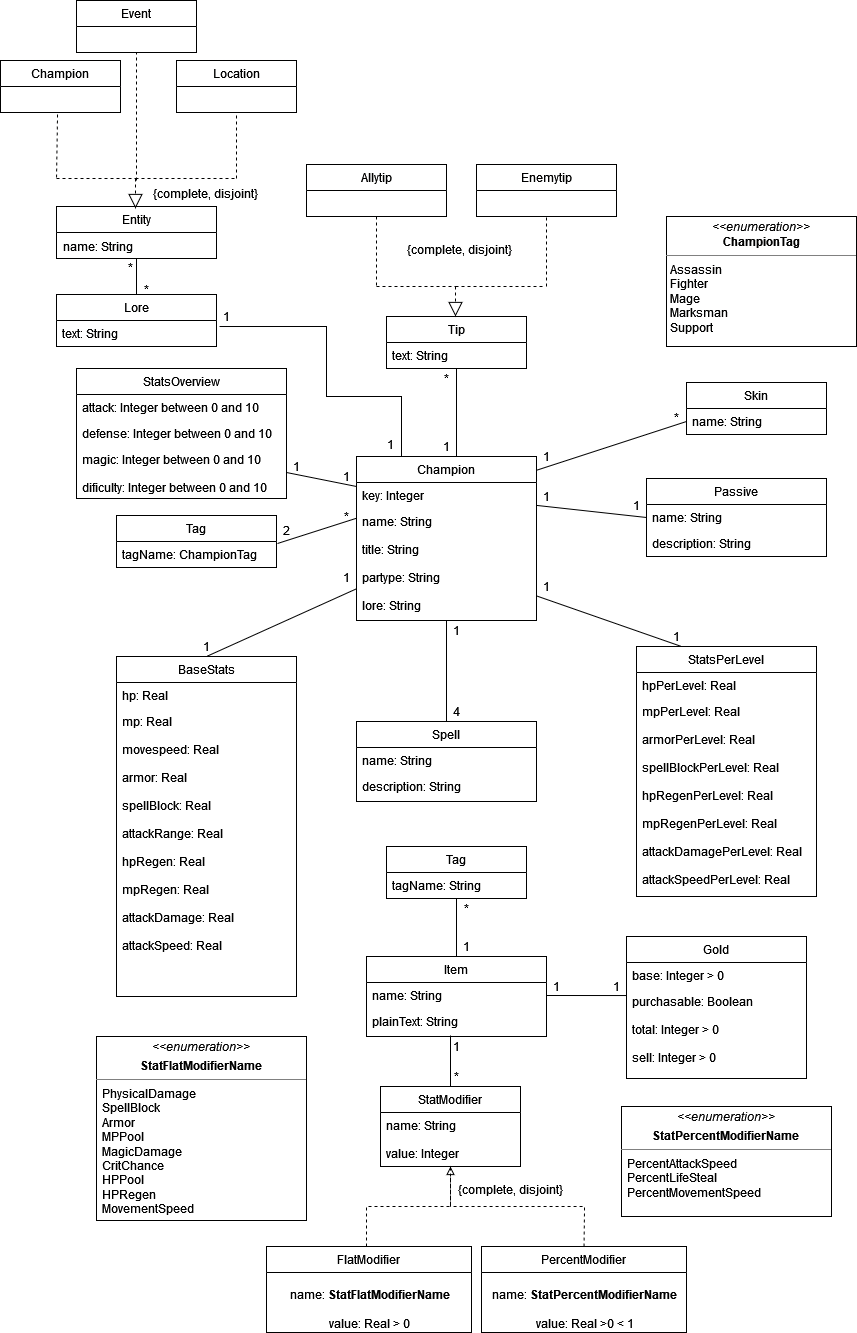
This is docs/UML.png from MiNeves00/PRI2021, a draw.io export, as it was before one commit. Source tidied: cells renumbered, new cells last; positions are measured from the earlier drawing's top-left corner, leaving out a move shared by most shapes.
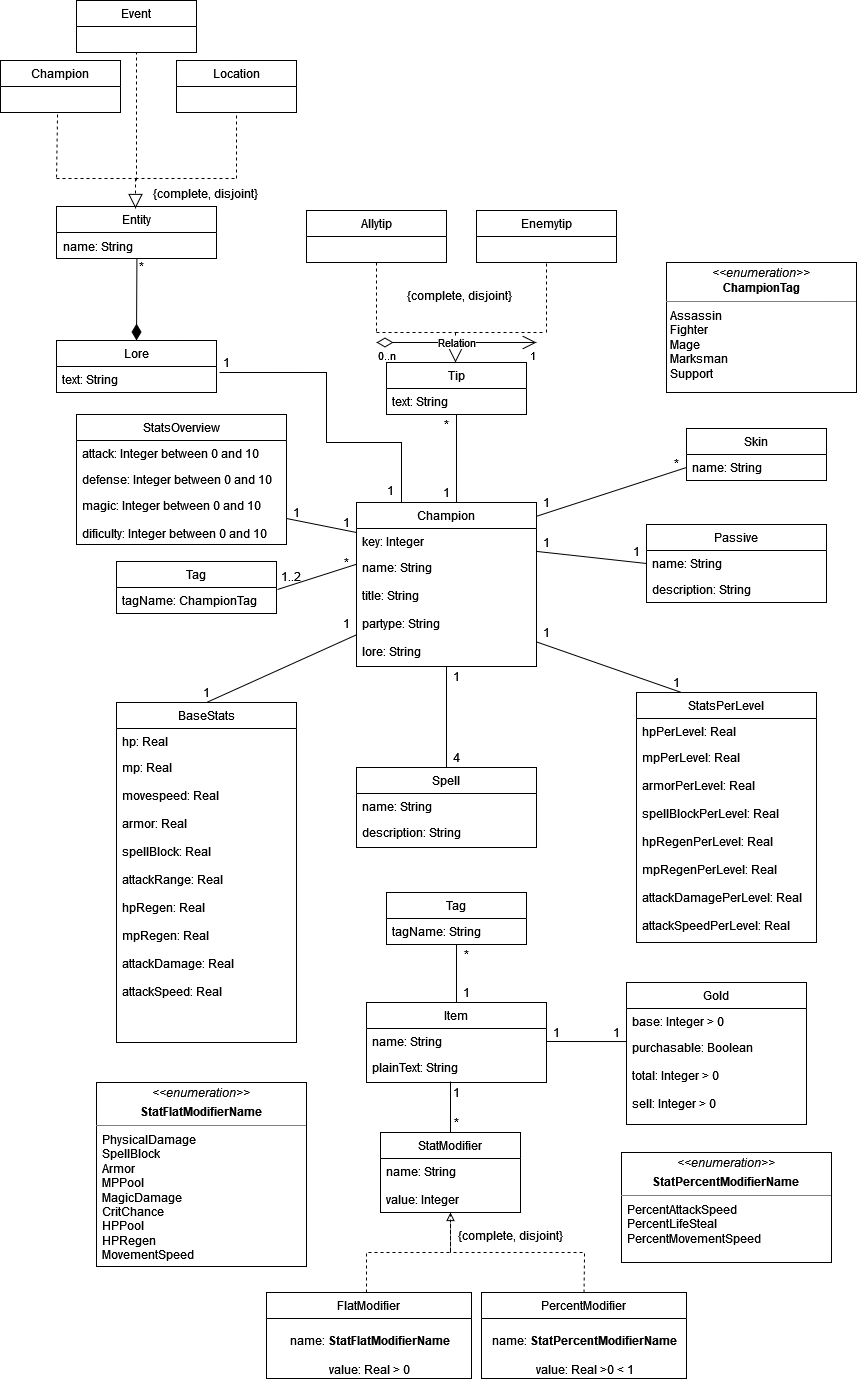
The same file after the commit.

Diff of the diagram source:
```diff
@@ -262,8 +262,8 @@
     <mxCell id="80" value="&lt;div style=&quot;text-align: center&quot;&gt;&lt;span&gt;&lt;font face=&quot;helvetica&quot;&gt;{complete, disjoint}&lt;/font&gt;&lt;/span&gt;&lt;/div&gt;" style="text;whiteSpace=wrap;html=1;" parent="1" vertex="1">
       <mxGeometry x="405" y="236" width="110" height="30" as="geometry" />
     </mxCell>
-    <mxCell id="81" value="2" style="text;html=1;strokeColor=none;fillColor=none;align=center;verticalAlign=middle;whiteSpace=wrap;rounded=0;" parent="1" vertex="1">
-      <mxGeometry x="256" y="515" width="60" height="30" as="geometry" />
+    <mxCell id="81" value="1..2" style="text;html=1;strokeColor=none;fillColor=none;align=center;verticalAlign=middle;whiteSpace=wrap;rounded=0;" parent="1" vertex="1">
+      <mxGeometry x="261" y="515" width="60" height="30" as="geometry" />
     </mxCell>
     <mxCell id="82" value="&lt;p style=&quot;margin: 0px ; margin-top: 4px ; text-align: center&quot;&gt;&lt;i&gt;&amp;lt;&amp;lt;enumeration&amp;gt;&amp;gt;&lt;/i&gt;&lt;/p&gt;&lt;p style=&quot;margin: 0px ; margin-top: 4px ; text-align: center&quot;&gt;&lt;b&gt;StatFlatModifierName&lt;/b&gt;&lt;br&gt;&lt;/p&gt;&lt;hr size=&quot;1&quot;&gt;&lt;div&gt;&amp;nbsp; PhysicalDamage&lt;/div&gt;&lt;div&gt;&amp;nbsp; SpellBlock&lt;/div&gt;&lt;div&gt;&amp;nbsp; Armor&lt;/div&gt;&lt;div&gt;&amp;nbsp; MPPool&lt;/div&gt;&lt;div&gt;&amp;nbsp; MagicDamage&lt;/div&gt;&lt;div&gt;&amp;nbsp; CritChance&lt;/div&gt;&lt;div&gt;&amp;nbsp; HPPool&lt;/div&gt;&lt;div&gt;&amp;nbsp; HPRegen&lt;/div&gt;&lt;div&gt;&amp;nbsp; MovementSpeed&lt;br&gt;&lt;/div&gt;&lt;p style=&quot;margin: 0px ; margin-left: 4px&quot;&gt;&lt;br&gt;&lt;/p&gt;&lt;p style=&quot;margin: 0px ; margin-left: 4px&quot;&gt;&lt;br&gt;&lt;/p&gt;&lt;p style=&quot;margin: 0px ; margin-left: 4px&quot;&gt;&lt;br&gt;&lt;/p&gt;&lt;p style=&quot;margin: 0px ; margin-left: 4px&quot;&gt;&lt;br&gt;&lt;/p&gt;&lt;p style=&quot;margin: 0px ; margin-left: 4px&quot;&gt;&lt;br&gt;&lt;/p&gt;&lt;hr size=&quot;1&quot;&gt;&lt;p style=&quot;margin: 0px ; margin-left: 4px&quot;&gt;&lt;br&gt;&lt;/p&gt;" style="verticalAlign=top;align=left;overflow=fill;fontSize=12;fontFamily=Helvetica;html=1;" parent="1" vertex="1">
       <mxGeometry x="96" y="1036" width="210" height="184" as="geometry" />
@@ -326,65 +326,74 @@
     </mxCell>
     <mxCell id="96" style="endArrow=block;dashed=1;endFill=0;endSize=12;html=1;rounded=0;" parent="1" edge="1">
       <mxGeometry relative="1" as="geometry">
-        <mxPoint x="135" y="178" as="sourcePoint" />
-        <mxPoint x="135" y="208" as="targetPoint" />
+        <mxPoint x="135" y="132" as="sourcePoint" />
+        <mxPoint x="135" y="162" as="targetPoint" />
       </mxGeometry>
     </mxCell>
     <mxCell id="97" style="endArrow=none;dashed=1;html=1;rounded=0;exitX=0.475;exitY=1.077;exitDx=0;exitDy=0;exitPerimeter=0;" parent="1" edge="1">
       <mxGeometry relative="1" as="geometry">
-        <mxPoint x="57" y="114" as="sourcePoint" />
-        <mxPoint x="56" y="178" as="targetPoint" />
+        <mxPoint x="57" y="68" as="sourcePoint" />
+        <mxPoint x="56" y="132" as="targetPoint" />
       </mxGeometry>
     </mxCell>
     <mxCell id="98" style="endArrow=none;dashed=1;html=1;rounded=0;" parent="1" edge="1">
       <mxGeometry relative="1" as="geometry">
-        <mxPoint x="56" y="178" as="sourcePoint" />
-        <mxPoint x="136" y="178" as="targetPoint" />
+        <mxPoint x="56" y="132" as="sourcePoint" />
+        <mxPoint x="136" y="132" as="targetPoint" />
       </mxGeometry>
     </mxCell>
     <mxCell id="99" style="endArrow=none;dashed=1;html=1;rounded=0;entryX=0.5;entryY=1.038;entryDx=0;entryDy=0;entryPerimeter=0;" parent="1" edge="1">
       <mxGeometry relative="1" as="geometry">
-        <mxPoint x="236" y="178" as="sourcePoint" />
-        <mxPoint x="236" y="113" as="targetPoint" />
+        <mxPoint x="236" y="132" as="sourcePoint" />
+        <mxPoint x="236" y="67" as="targetPoint" />
       </mxGeometry>
     </mxCell>
     <mxCell id="100" style="endArrow=none;dashed=1;html=1;rounded=0;" parent="1" edge="1">
       <mxGeometry relative="1" as="geometry">
-        <mxPoint x="135" y="178" as="sourcePoint" />
-        <mxPoint x="236" y="178" as="targetPoint" />
+        <mxPoint x="135" y="132" as="sourcePoint" />
+        <mxPoint x="236" y="132" as="targetPoint" />
       </mxGeometry>
     </mxCell>
     <mxCell id="101" value="&lt;div style=&quot;text-align: center&quot;&gt;&lt;span&gt;&lt;font face=&quot;helvetica&quot;&gt;{complete, disjoint}&lt;/font&gt;&lt;/span&gt;&lt;/div&gt;" style="text;whiteSpace=wrap;html=1;" parent="1" vertex="1">
-      <mxGeometry x="151" y="180" width="110" height="30" as="geometry" />
+      <mxGeometry x="151" y="134" width="110" height="30" as="geometry" />
     </mxCell>
     <mxCell id="102" value="Location" style="swimlane;fontStyle=0;horizontal=1;startSize=26;fillColor=none;" parent="1" vertex="1">
-      <mxGeometry x="176" y="60" width="120" height="52" as="geometry" />
+      <mxGeometry x="176" y="14" width="120" height="52" as="geometry" />
     </mxCell>
     <mxCell id="103" value="Champion" style="swimlane;fontStyle=0;horizontal=1;startSize=26;fillColor=none;" parent="1" vertex="1">
-      <mxGeometry y="60" width="120" height="52" as="geometry" />
+      <mxGeometry y="14" width="120" height="52" as="geometry" />
     </mxCell>
     <mxCell id="104" value="Event" style="swimlane;fontStyle=0;horizontal=1;startSize=26;fillColor=none;" parent="1" vertex="1">
-      <mxGeometry x="76" width="120" height="52" as="geometry" />
+      <mxGeometry x="76" y="-46" width="120" height="52" as="geometry" />
     </mxCell>
     <mxCell id="105" style="endArrow=none;dashed=1;html=1;rounded=0;entryX=0.5;entryY=1;entryDx=0;entryDy=0;" parent="1" edge="1" target="104">
       <mxGeometry relative="1" as="geometry">
-        <mxPoint x="136" y="180" as="sourcePoint" />
+        <mxPoint x="136" y="134" as="sourcePoint" />
       </mxGeometry>
     </mxCell>
     <mxCell id="106" value="Entity" style="swimlane;fontStyle=0;horizontal=1;startSize=26;fillColor=none;" parent="1" vertex="1">
-      <mxGeometry x="56" y="206" width="160" height="52" as="geometry" />
+      <mxGeometry x="56" y="160" width="160" height="52" as="geometry" />
     </mxCell>
-    <mxCell id="107" style="endArrow=none;html=1;rounded=0;exitX=0.5;exitY=0;exitDx=0;exitDy=0;entryX=0.5;entryY=1;entryDx=0;entryDy=0;" parent="1" edge="1" source="91" target="106">
-      <mxGeometry relative="1" as="geometry" />
-    </mxCell>
-    <mxCell id="108" value="*" style="text;html=1;align=center;verticalAlign=middle;strokeColor=none;fillColor=none;" parent="1" vertex="1">
-      <mxGeometry x="136" y="279" width="20" height="20" as="geometry" />
-    </mxCell>
-    <mxCell id="109" value="*" style="text;html=1;align=center;verticalAlign=middle;strokeColor=none;fillColor=none;" parent="1" vertex="1">
-      <mxGeometry x="120" y="257" width="20" height="20" as="geometry" />
-    </mxCell>
     <mxCell id="110" value="name: String" style="text;html=1;align=center;verticalAlign=middle;points=[];strokeColor=none;fillColor=none;" parent="1" vertex="1">
-      <mxGeometry x="52" y="236" width="90" height="20" as="geometry" />
+      <mxGeometry x="52" y="190" width="90" height="20" as="geometry" />
     </mxCell>
+    <mxCell id="111" value="Relation" style="endArrow=open;html=1;endSize=12;startArrow=diamondThin;startSize=14;startFill=0;edgeStyle=orthogonalEdgeStyle;rounded=0;" parent="1" edge="1">
+      <mxGeometry relative="1" as="geometry">
+        <mxPoint x="376" y="296" as="sourcePoint" />
+        <mxPoint x="536" y="296" as="targetPoint" />
+      </mxGeometry>
+    </mxCell>
+    <mxCell id="112" value="0..n" style="edgeLabel;html=1;align=left;verticalAlign=top;" parent="111" vertex="1">
+      <mxGeometry x="-1" relative="1" as="geometry" />
+    </mxCell>
+    <mxCell id="113" value="1" style="edgeLabel;html=1;align=right;verticalAlign=top;" parent="111" vertex="1">
+      <mxGeometry x="1" relative="1" as="geometry" />
+    </mxCell>
+    <mxCell id="114" style="endArrow=none;html=1;endSize=12;startArrow=diamondThin;startSize=14;startFill=1;align=left;verticalAlign=bottom;rounded=0;exitX=0.5;exitY=0;exitDx=0;exitDy=0;endFill=0;entryX=0.938;entryY=1.1;entryDx=0;entryDy=0;entryPerimeter=0;" parent="1" edge="1" source="91" target="110">
+      <mxGeometry x="-0.33" y="-28" relative="1" as="geometry" />
+    </mxCell>
+    <mxCell id="115" value="*" style="text;html=1;align=center;verticalAlign=middle;strokeColor=none;fillColor=none;" parent="1" vertex="1">
+      <mxGeometry x="131" y="210" width="20" height="20" as="geometry" />
+    </mxCell>
   </root>
 </mxGraphModel>
```
